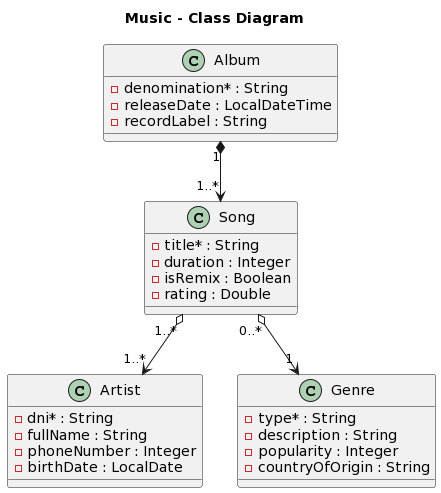
Above: docs/music.models.png in wzzzzwwzw/apaw-practice (PlantUML), before the change. The source it was exported from:
```plantuml
@startuml
title Music - Class Diagram

class Album {

  - denomination* : String
  - releaseDate : LocalDateTime
  - recordLabel : String

}

class Song  {

  - title* : String
  - duration : Integer
  - isRemix : Boolean
  - rating : Double

}

class Artist {

  - dni* : String
  - fullName : String
  - phoneNumber : Integer
  - birthDate : LocalDate

}

class Genre {

  - type* : String
  - description : String
  - popularity : Integer
  - countryOfOrigin : String

}



Album "1" *--> "1..*" Song

Song "1..*" o--> "1..*" Artist

Song  "0..*" o--> "1" Genre
@enduml
```
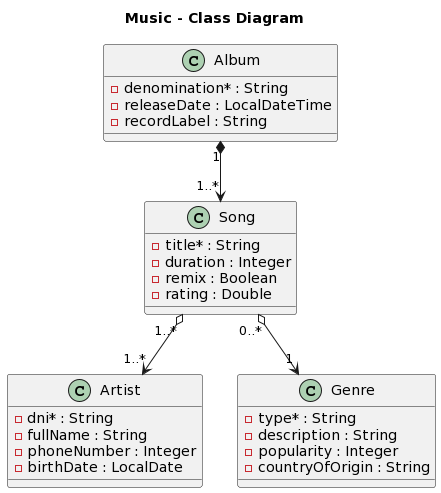
Later version of the same file.

Commit message:
updated music class diagram #453

Diff of the diagram source:
```diff
@@ -13,7 +13,7 @@
 
   - title* : String
   - duration : Integer
-  - isRemix : Boolean
+  - remix : Boolean
   - rating : Double
 
 }
```
